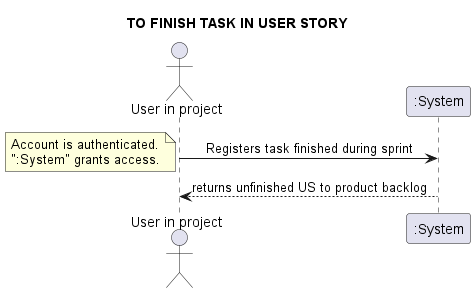
This is docs/requirements_gathering/system_sequence_diagrams/019_to_finish_task_in_user_story.png from Loracline/project_switch_22-23, a PlantUML export, as it was before one commit.
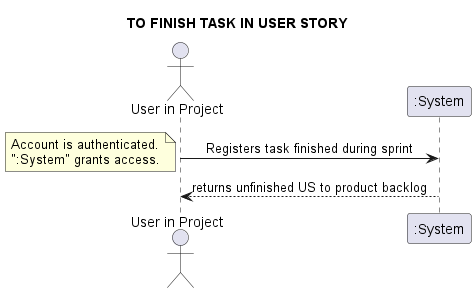
Above is the later version.

Diff of the diagram source:
```diff
@@ -1,7 +1,7 @@
 @startuml
 skinparam sequenceMessageAlign center
 title TO FINISH TASK IN USER STORY
-actor "User in project" as UIP
+actor "User in Project" as UIP
 UIP -> ":System": Registers task finished during sprint
 note left
 Account is authenticated.
```
